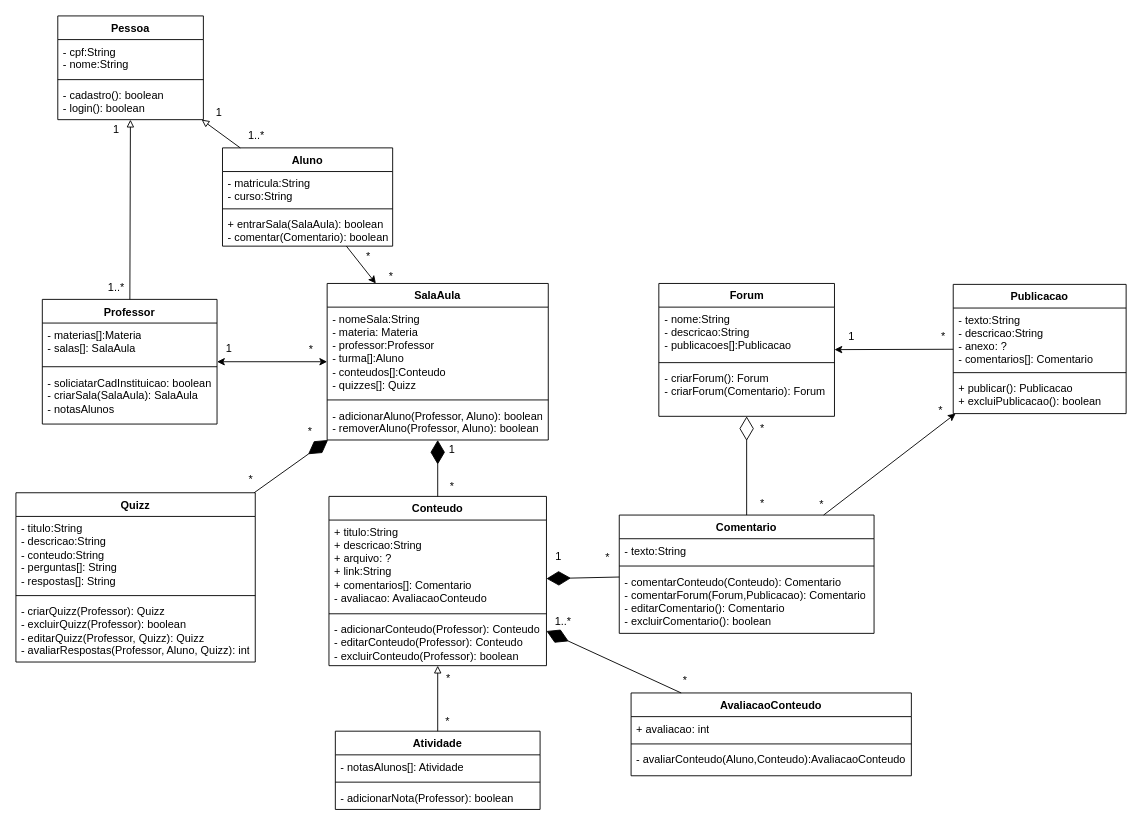
This is diagramas/classe/diagrama-de-classe.drawio from Alicia-Miranda/MasterClass, a draw.io file, before an edit. Source tidied: cells renumbered, new cells numbered last; positions are measured from the earlier drawing's top-left corner, leaving out a move shared by most shapes. Both pictures are drawn from the tidied source at 91%, with x=0, y=0 at pixel (15, 15).
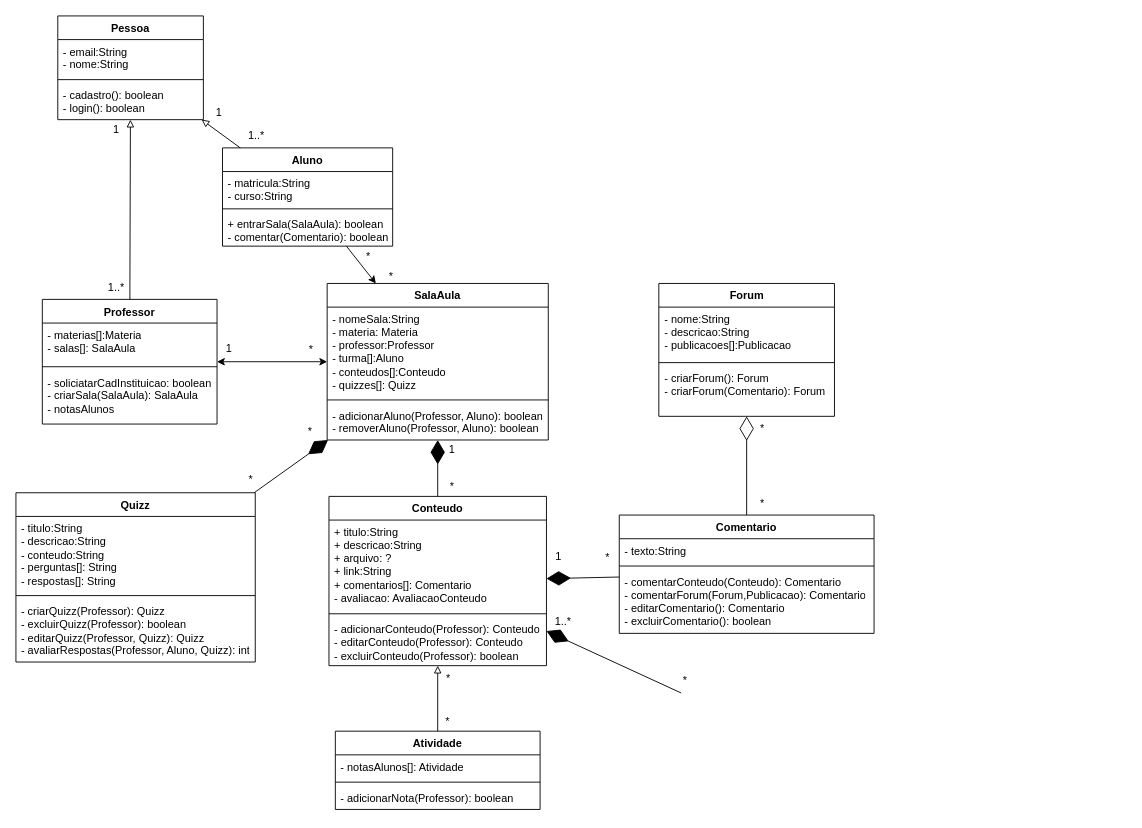
The same diagram, later.

Commit message (it also covers changes not shown here):
atualizações dos diagramas

Unchanged cells that the change refers to:
```xml
<mxCell id="2" value="Pessoa" style="swimlane;fontStyle=1;align=center;verticalAlign=top;horizontal=1;startSize=26;whiteSpace=wrap;html=1;" parent="1" vertex="1">
  <mxGeometry x="46" width="160" height="114" as="geometry" />
</mxCell>
<mxCell id="20" value="Conteudo" style="swimlane;fontStyle=1;align=center;verticalAlign=top;horizontal=1;startSize=26;whiteSpace=wrap;html=1;" parent="1" vertex="1">
  <mxGeometry x="344" y="528" width="239" height="186" as="geometry" />
</mxCell>
<mxCell id="24" value="Comentario" style="swimlane;fontStyle=1;align=center;verticalAlign=top;horizontal=1;startSize=26;whiteSpace=wrap;html=1;" parent="1" vertex="1">
  <mxGeometry x="663" y="548.5" width="280" height="130" as="geometry" />
</mxCell>
<mxCell id="28" value="Forum" style="swimlane;fontStyle=1;align=center;verticalAlign=top;horizontal=1;startSize=26;whiteSpace=wrap;html=1;" parent="1" vertex="1">
  <mxGeometry x="706.5" y="294" width="193" height="146" as="geometry" />
</mxCell>
```

What changed in the source:
```diff
@@
-    <mxCell id="3" value="- cpf:String&lt;div&gt;- nome:String&lt;br&gt;&lt;/div&gt;" style="text;align=left;verticalAlign=top;spacingLeft=4;spacingRight=4;overflow=hidden;whiteSpace=wrap;html=1;" parent="2" vertex="1">
+    <mxCell id="3" value="- email:String&lt;div&gt;- nome:String&lt;br&gt;&lt;/div&gt;" style="text;align=left;verticalAlign=top;spacingLeft=4;spacingRight=4;overflow=hidden;whiteSpace=wrap;html=1;" parent="2" vertex="1">
       <mxGeometry y="26" width="160" height="40" as="geometry" />
     </mxCell>
@@
-    <mxCell id="37" value="AvaliacaoConteudo" style="swimlane;fontStyle=1;align=center;verticalAlign=top;horizontal=1;startSize=26;whiteSpace=wrap;html=1;" parent="1" vertex="1">
-      <mxGeometry x="676" y="744" width="308" height="91" as="geometry" />
-    </mxCell>
-    <mxCell id="38" value="+ avaliacao: int" style="text;align=left;verticalAlign=top;spacingLeft=4;spacingRight=4;overflow=hidden;whiteSpace=wrap;html=1;" parent="37" vertex="1">
-      <mxGeometry y="26" width="308" height="26" as="geometry" />
-    </mxCell>
-    <mxCell id="39" style="line;strokeWidth=1;align=left;verticalAlign=middle;spacingTop=-1;spacingLeft=3;spacingRight=3;labelPosition=right;" parent="37" vertex="1">
-      <mxGeometry y="52" width="308" height="8" as="geometry" />
-    </mxCell>
-    <mxCell id="40" value="- avaliarConteudo(Aluno,Conteudo):AvaliacaoConteudo" style="text;align=left;verticalAlign=top;spacingLeft=4;spacingRight=4;overflow=hidden;whiteSpace=wrap;html=1;" parent="37" vertex="1">
-      <mxGeometry y="60" width="308" height="31" as="geometry" />
-    </mxCell>
-    <mxCell id="41" style="endArrow=diamondThin;endFill=1;endSize=24;html=1;rounded=0;" parent="1" edge="1" source="37" target="20">
-      <mxGeometry relative="1" as="geometry" />
+    <mxCell id="41" style="endArrow=diamondThin;endFill=1;endSize=24;html=1;rounded=0;" parent="1" edge="1" target="20">
+      <mxGeometry relative="1" as="geometry">
+        <mxPoint x="731" y="744" as="sourcePoint" />
+      </mxGeometry>
     </mxCell>
@@
-    <mxCell id="60" value="Publicacao" style="swimlane;fontStyle=1;align=center;verticalAlign=top;horizontal=1;startSize=26;whiteSpace=wrap;html=1;" parent="1" vertex="1">
-      <mxGeometry x="1030" y="295" width="190" height="142" as="geometry" />
-    </mxCell>
-    <mxCell id="61" value="- texto:String&lt;br&gt;- descricao:String&lt;br&gt;- anexo: ?&lt;br&gt;- comentarios[]: Comentario" style="text;align=left;verticalAlign=top;spacingLeft=4;spacingRight=4;overflow=hidden;whiteSpace=wrap;html=1;" parent="60" vertex="1">
-      <mxGeometry y="26" width="190" height="67" as="geometry" />
-    </mxCell>
-    <mxCell id="62" style="line;strokeWidth=1;align=left;verticalAlign=middle;spacingTop=-1;spacingLeft=3;spacingRight=3;labelPosition=right;" parent="60" vertex="1">
-      <mxGeometry y="93" width="190" height="8" as="geometry" />
-    </mxCell>
-    <mxCell id="63" value="+ publicar(): Publicacao&lt;br&gt;+ excluiPublicacao(): boolean" style="text;align=left;verticalAlign=top;spacingLeft=4;spacingRight=4;overflow=hidden;whiteSpace=wrap;html=1;" parent="60" vertex="1">
-      <mxGeometry y="101" width="190" height="41" as="geometry" />
-    </mxCell>
-    <mxCell id="64" style="endArrow=classic;html=1;rounded=0;" parent="1" edge="1" source="60" target="28">
-      <mxGeometry relative="1" as="geometry" />
-    </mxCell>
-    <mxCell id="65" value="1" style="text;html=1;align=center;verticalAlign=middle;" parent="1" vertex="1">
-      <mxGeometry x="905" y="340" width="25" height="26" as="geometry" />
-    </mxCell>
-    <mxCell id="66" value="*" style="text;html=1;align=center;verticalAlign=middle;" parent="1" vertex="1">
-      <mxGeometry x="1007" y="340" width="23" height="26" as="geometry" />
-    </mxCell>
-    <mxCell id="67" style="endArrow=classic;html=1;rounded=0;" parent="1" edge="1" source="24" target="60">
-      <mxGeometry relative="1" as="geometry" />
-    </mxCell>
@@
-    <mxCell id="70" value="*" style="text;html=1;align=center;verticalAlign=middle;" parent="1" vertex="1">
-      <mxGeometry x="873" y="524" width="23" height="26" as="geometry" />
-    </mxCell>
-    <mxCell id="71" value="*" style="text;html=1;align=center;verticalAlign=middle;" parent="1" vertex="1">
-      <mxGeometry x="1004" y="421" width="23" height="26" as="geometry" />
-    </mxCell>
```
